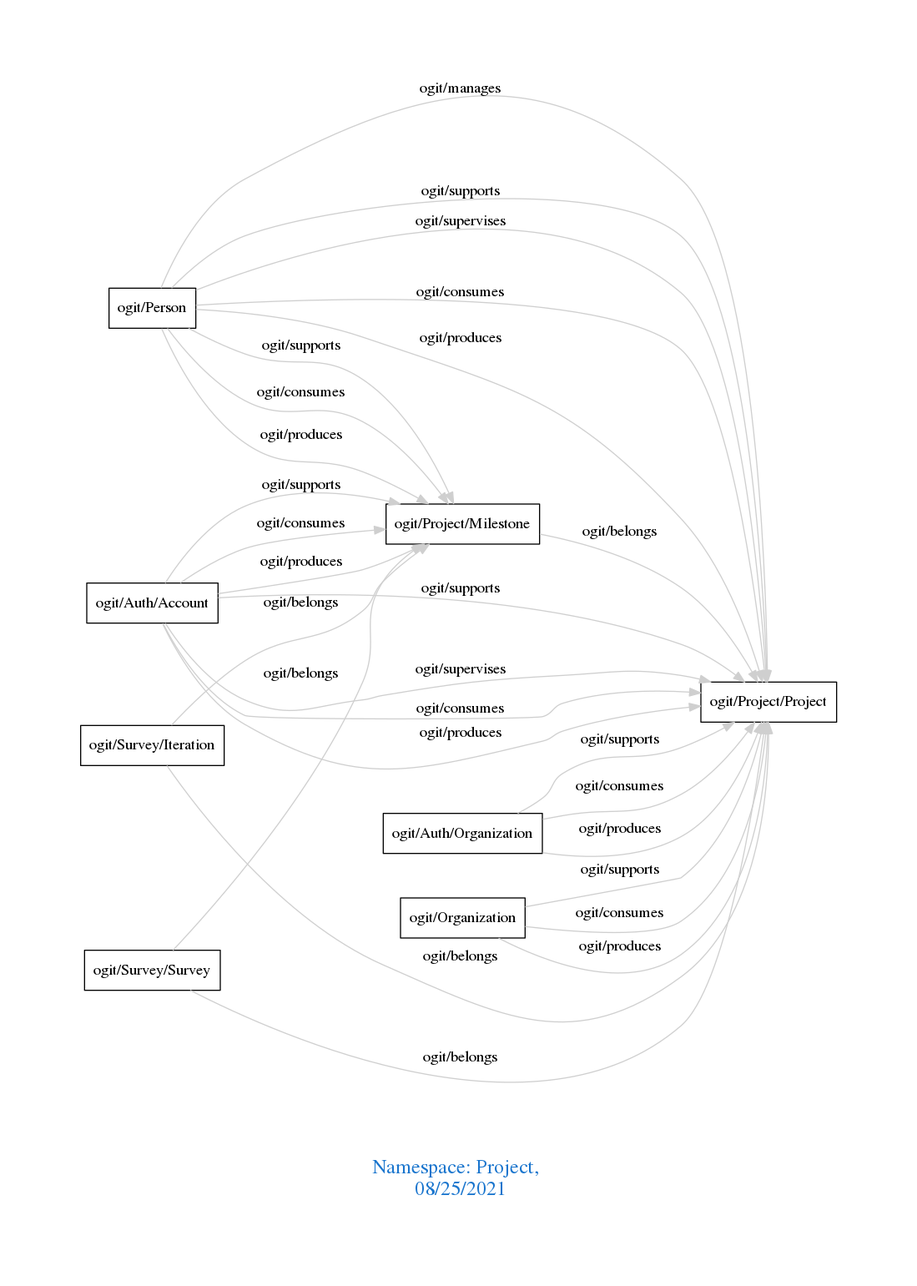
Before: downloads/Project.png, a diagram exported from Graphviz (arago/OGIT). Its source is kept beside it as downloads/Project.dot.
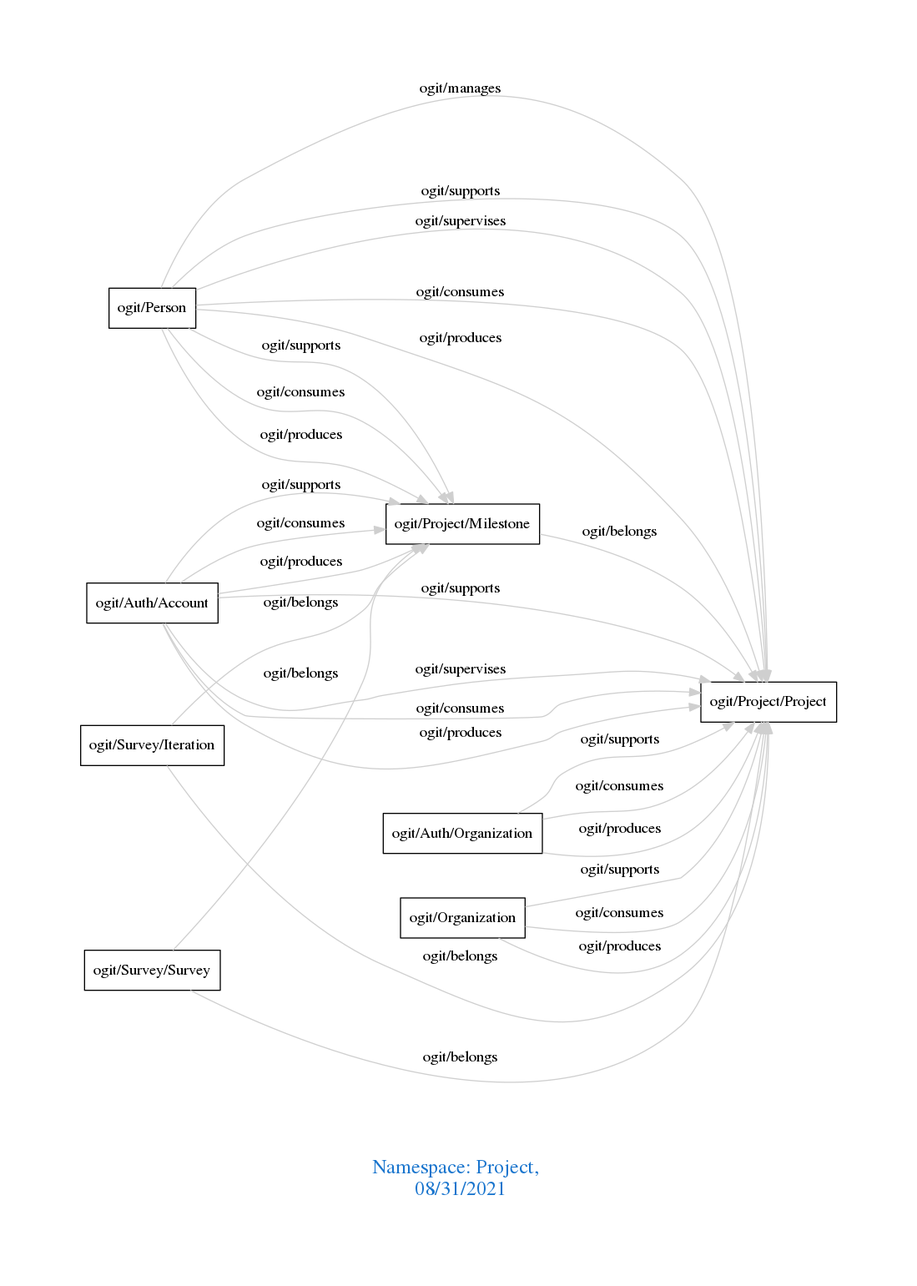
The same file after the commit.

What changed in the source:
```diff
@@ -1,7 +1,7 @@
 digraph OGIT_ontology {
  graph [ rankdir= LR,pad=1
 fontsize = 18,
-fontcolor= dodgerblue3,label = "\n\n\nNamespace: Project, \n 08/25/2021"];
+fontcolor= dodgerblue3,label = "\n\n\nNamespace: Project, \n 08/31/2021"];
 node[shape=polygon];
 edge [  color="gray81"];
 
```
